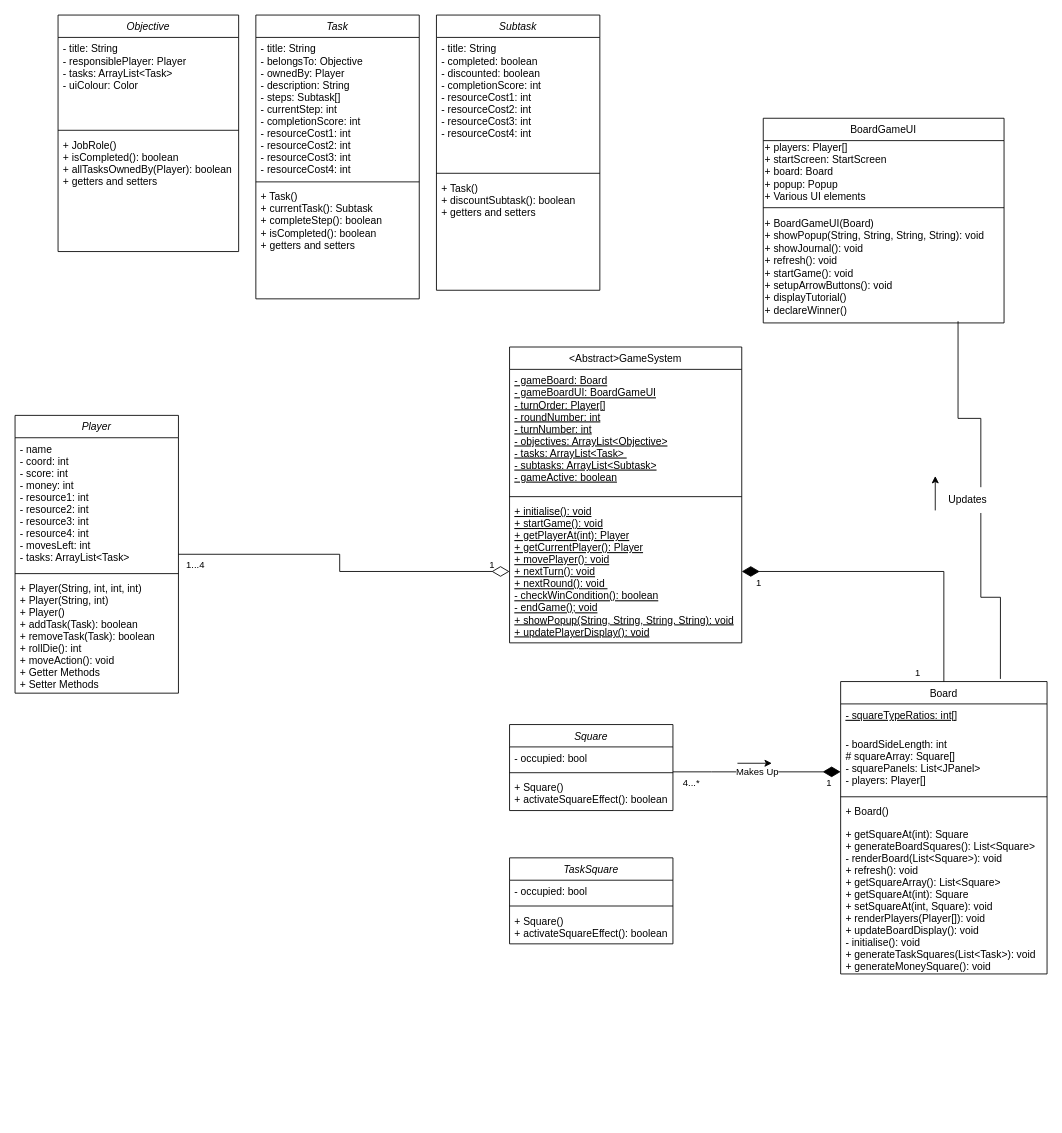
Above: Deliverables/Semester 2/UML_Class_Diagram.drawio in Xelodico/engineers-without-borders (draw.io), before the change. Source tidied: cells renumbered, new cells numbered last; positions are measured from the earlier drawing's top-left corner, leaving out a move shared by most shapes. Both pictures are drawn from the tidied source at 86%, with x=0, y=0 at pixel (15, 15).
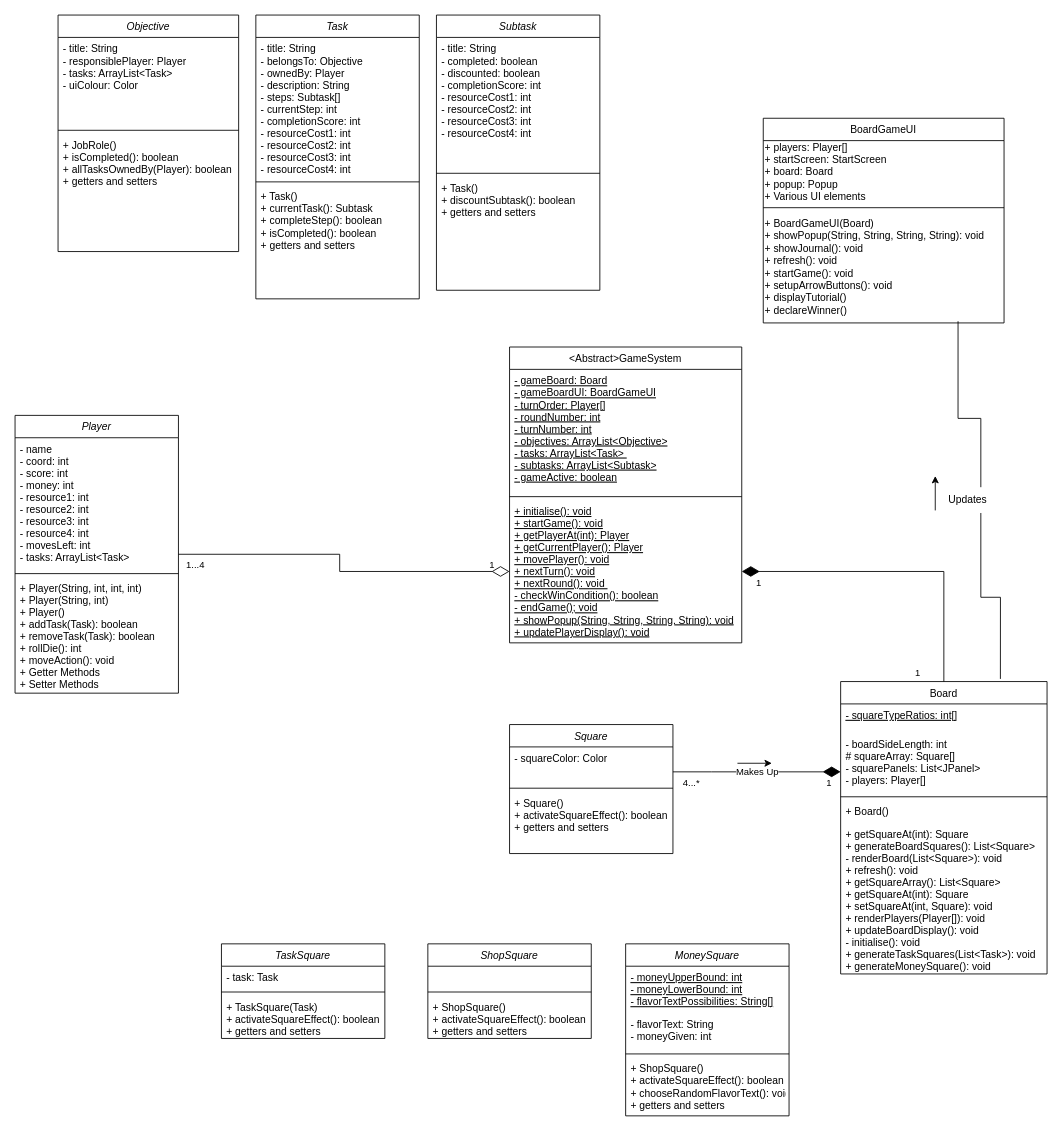
The same diagram, later.

Commit message:
Added subclasses of the Square class; ShopSquare and MoneySquare. Added extra attributes to the Objective and Task classes

Change to the diagram source:
```diff
@@
     <mxCell id="2" value="Square" style="swimlane;fontStyle=2;align=center;verticalAlign=top;horizontal=1;startSize=26;rounded=0;shadow=0;strokeWidth=1;" parent="1" vertex="1">
-      <mxGeometry x="575" y="825" width="190" height="100" as="geometry" />
+      <mxGeometry x="575" y="825" width="190" height="150" as="geometry" />
     </mxCell>
-    <mxCell id="3" value="- occupied: bool" style="text;align=left;verticalAlign=top;spacingLeft=4;spacingRight=4;overflow=hidden;" parent="2" vertex="1">
-      <mxGeometry y="26" width="190" height="26" as="geometry" />
+    <mxCell id="3" value="- squareColor: Color" style="text;align=left;verticalAlign=top;spacingLeft=4;spacingRight=4;overflow=hidden;" parent="2" vertex="1">
+      <mxGeometry y="26" width="190" height="44" as="geometry" />
     </mxCell>
     <mxCell id="4" style="line;html=1;strokeWidth=1;align=left;verticalAlign=middle;spacingTop=-1;spacingLeft=3;spacingRight=3;labelPosition=right;" parent="2" vertex="1">
-      <mxGeometry y="52" width="190" height="8" as="geometry" />
+      <mxGeometry y="70" width="190" height="8" as="geometry" />
     </mxCell>
-    <mxCell id="5" value="+ Square()&#10;+ activateSquareEffect(): boolean" style="text;align=left;verticalAlign=top;spacingLeft=4;spacingRight=4;overflow=hidden;" parent="2" vertex="1">
-      <mxGeometry y="60" width="190" height="40" as="geometry" />
+    <mxCell id="5" value="+ Square()&#10;+ activateSquareEffect(): boolean&#10;+ getters and setters" style="text;align=left;verticalAlign=top;spacingLeft=4;spacingRight=4;overflow=hidden;" parent="2" vertex="1">
+      <mxGeometry y="78" width="190" height="72" as="geometry" />
     </mxCell>
@@
     <mxCell id="50" value="TaskSquare" style="swimlane;fontStyle=2;align=center;verticalAlign=top;horizontal=1;startSize=26;rounded=0;shadow=0;strokeWidth=1;" parent="1" vertex="1">
-      <mxGeometry x="575" y="980" width="190" height="100" as="geometry" />
+      <mxGeometry x="240" y="1080" width="190" height="110" as="geometry" />
     </mxCell>
-    <mxCell id="51" value="- occupied: bool" style="text;align=left;verticalAlign=top;spacingLeft=4;spacingRight=4;overflow=hidden;" parent="50" vertex="1">
+    <mxCell id="51" value="- task: Task" style="text;align=left;verticalAlign=top;spacingLeft=4;spacingRight=4;overflow=hidden;" parent="50" vertex="1">
       <mxGeometry y="26" width="190" height="26" as="geometry" />
     </mxCell>
@@
-    <mxCell id="53" value="+ Square()&#10;+ activateSquareEffect(): boolean" style="text;align=left;verticalAlign=top;spacingLeft=4;spacingRight=4;overflow=hidden;" parent="50" vertex="1">
-      <mxGeometry y="60" width="190" height="40" as="geometry" />
+    <mxCell id="53" value="+ TaskSquare(Task)&#10;+ activateSquareEffect(): boolean&#10;+ getters and setters" style="text;align=left;verticalAlign=top;spacingLeft=4;spacingRight=4;overflow=hidden;" parent="50" vertex="1">
+      <mxGeometry y="60" width="190" height="50" as="geometry" />
     </mxCell>
+    <mxCell id="54" value="ShopSquare" style="swimlane;fontStyle=2;align=center;verticalAlign=top;horizontal=1;startSize=26;rounded=0;shadow=0;strokeWidth=1;" parent="1" vertex="1">
+      <mxGeometry x="480" y="1080" width="190" height="110" as="geometry" />
+    </mxCell>
+    <mxCell id="55" value=" " style="text;align=left;verticalAlign=top;spacingLeft=4;spacingRight=4;overflow=hidden;" parent="54" vertex="1">
+      <mxGeometry y="26" width="190" height="26" as="geometry" />
+    </mxCell>
+    <mxCell id="56" style="line;html=1;strokeWidth=1;align=left;verticalAlign=middle;spacingTop=-1;spacingLeft=3;spacingRight=3;labelPosition=right;" parent="54" vertex="1">
+      <mxGeometry y="52" width="190" height="8" as="geometry" />
+    </mxCell>
+    <mxCell id="57" value="+ ShopSquare()&#10;+ activateSquareEffect(): boolean&#10;+ getters and setters" style="text;align=left;verticalAlign=top;spacingLeft=4;spacingRight=4;overflow=hidden;" parent="54" vertex="1">
+      <mxGeometry y="60" width="190" height="50" as="geometry" />
+    </mxCell>
+    <mxCell id="58" value="MoneySquare" style="swimlane;fontStyle=2;align=center;verticalAlign=top;horizontal=1;startSize=26;rounded=0;shadow=0;strokeWidth=1;" parent="1" vertex="1">
+      <mxGeometry x="710" y="1080" width="190" height="200" as="geometry" />
+    </mxCell>
+    <mxCell id="59" value="- moneyUpperBound: int&#10;- moneyLowerBound: int&#10;- flavorTextPossibilities: String[]" style="text;align=left;verticalAlign=top;spacingLeft=4;spacingRight=4;overflow=hidden;fontStyle=4;" parent="58" vertex="1">
+      <mxGeometry y="26" width="190" height="54" as="geometry" />
+    </mxCell>
+    <mxCell id="60" value="- flavorText: String&#10;- moneyGiven: int" style="text;align=left;verticalAlign=top;spacingLeft=4;spacingRight=4;overflow=hidden;" parent="58" vertex="1">
+      <mxGeometry y="80" width="190" height="44" as="geometry" />
+    </mxCell>
+    <mxCell id="61" style="line;html=1;strokeWidth=1;align=left;verticalAlign=middle;spacingTop=-1;spacingLeft=3;spacingRight=3;labelPosition=right;" parent="58" vertex="1">
+      <mxGeometry y="124" width="190" height="8" as="geometry" />
+    </mxCell>
+    <mxCell id="62" value="+ ShopSquare()&#10;+ activateSquareEffect(): boolean&#10;+ chooseRandomFlavorText(): void&#10;+ getters and setters" style="text;align=left;verticalAlign=top;spacingLeft=4;spacingRight=4;overflow=hidden;" parent="58" vertex="1">
+      <mxGeometry y="132" width="190" height="68" as="geometry" />
+    </mxCell>
```
